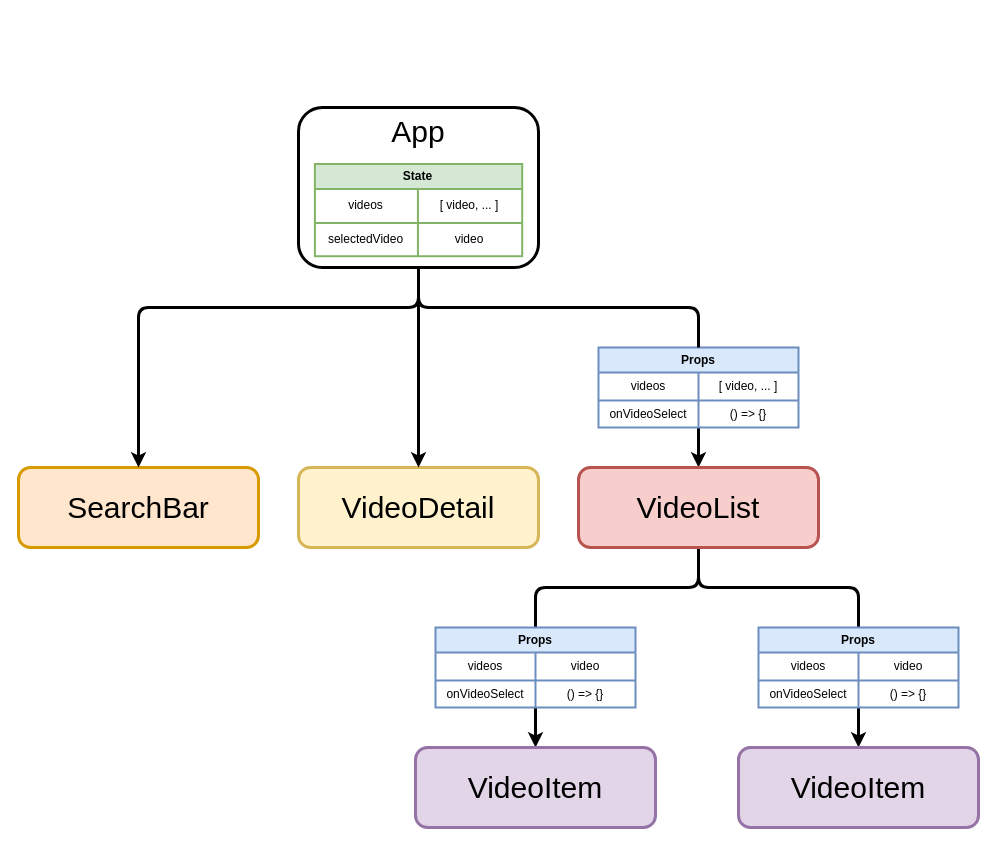
Above: page "Props&State" (4 of 4) of Projects/Videos.drawio in jeesewu/Diagrams-Storage (draw.io), before the change. Source tidied: cells renumbered, new cells numbered last; positions are measured from the earlier drawing's top-left corner, leaving out a move shared by most shapes. Both pictures are drawn from the tidied source at 100%, with x=0, y=0 at pixel (18, 107).
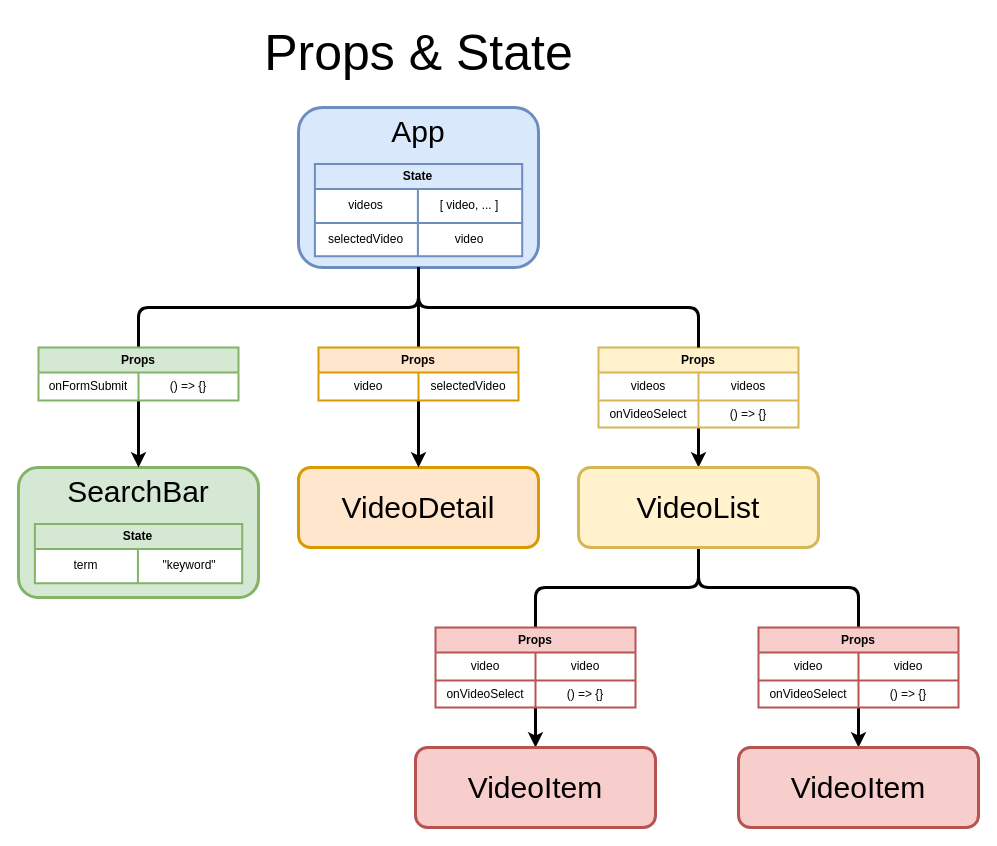
Above is the later version.

The change refers to these unchanged cells:
```xml
<mxCell id="2" style="group;strokeWidth=3;" parent="1" vertex="1">
  <mxGeometry x="280" width="240" height="160" as="geometry" />
</mxCell>
<mxCell id="14" style="shape=partialRectangle;html=1;whiteSpace=wrap;fillColor=none;top=0;left=0;bottom=0;right=0;rounded=1;" parent="13" vertex="1">
  <mxGeometry y="25" width="200" height="28" as="geometry" />
</mxCell>
<mxCell id="29" style="shape=partialRectangle;html=1;whiteSpace=wrap;fillColor=none;top=0;left=0;bottom=0;right=0;rounded=1;" parent="28" vertex="1">
  <mxGeometry y="25" width="200" height="28" as="geometry" />
</mxCell>
<mxCell id="38" style="shape=partialRectangle;html=1;whiteSpace=wrap;fillColor=none;top=0;left=0;bottom=0;right=0;rounded=1;" parent="37" vertex="1">
  <mxGeometry y="25" width="200" height="28" as="geometry" />
</mxCell>
```

Diff of the diagram source:
```diff
@@
-    <mxCell id="3" value="&lt;font style=&quot;font-size: 30px&quot;&gt;App&lt;/font&gt;" style="rounded=1;whiteSpace=wrap;html=1;verticalAlign=top;strokeWidth=3;" parent="2" vertex="1">
+    <mxCell id="3" value="&lt;font style=&quot;font-size: 30px&quot;&gt;App&lt;/font&gt;" style="rounded=1;whiteSpace=wrap;html=1;verticalAlign=top;strokeWidth=3;fillColor=#dae8fc;strokeColor=#6c8ebf;" parent="2" vertex="1">
       <mxGeometry width="240" height="160" as="geometry" />
     </mxCell>
-    <mxCell id="4" value="State" style="shape=table;html=1;whiteSpace=wrap;startSize=25;childLayout=tableLayout;fontStyle=1;align=center;fillColor=#d5e8d4;strokeColor=#82b366;rounded=0;swimlaneFillColor=#ffffff;rowLines=1;strokeWidth=2;" parent="2" vertex="1">
+    <mxCell id="4" value="State" style="shape=table;html=1;whiteSpace=wrap;startSize=25;childLayout=tableLayout;fontStyle=1;align=center;fillColor=#dae8fc;strokeColor=#6c8ebf;rounded=0;swimlaneFillColor=#ffffff;rowLines=1;strokeWidth=2;" parent="2" vertex="1">
       <mxGeometry x="16.4" y="56.4" width="207.3" height="92.4" as="geometry" />
     </mxCell>
@@
-    <mxCell id="11" value="&lt;font style=&quot;font-size: 30px&quot;&gt;SearchBar&lt;/font&gt;" style="rounded=1;whiteSpace=wrap;html=1;verticalAlign=middle;fillColor=#ffe6cc;strokeColor=#d79b00;strokeWidth=3;" parent="1" vertex="1">
-      <mxGeometry y="360" width="240" height="80" as="geometry" />
-    </mxCell>
@@
-    <mxCell id="13" value="Props" style="shape=table;html=1;whiteSpace=wrap;startSize=25;childLayout=tableLayout;fontStyle=1;align=center;fillColor=#dae8fc;strokeColor=#6c8ebf;rounded=0;swimlaneFillColor=#ffffff;rowLines=1;strokeWidth=2;" parent="1" vertex="1">
+    <mxCell id="13" value="Props" style="shape=table;html=1;whiteSpace=wrap;startSize=25;childLayout=tableLayout;fontStyle=1;align=center;fillColor=#fff2cc;strokeColor=#d6b656;rounded=0;swimlaneFillColor=#ffffff;rowLines=1;strokeWidth=2;" parent="1" vertex="1">
       <mxGeometry x="580" y="240" width="200" height="80" as="geometry" />
     </mxCell>
@@
-    <mxCell id="16" value="[ video, ... ]" style="shape=partialRectangle;html=1;whiteSpace=wrap;fillColor=none;top=0;left=0;bottom=0;right=0;overflow=hidden;rounded=1;" parent="14" vertex="1">
+    <mxCell id="16" value="videos" style="shape=partialRectangle;html=1;whiteSpace=wrap;top=0;left=0;bottom=0;right=0;overflow=hidden;rounded=1;strokeColor=none;fillColor=none;" parent="14" vertex="1">
       <mxGeometry x="100" width="100" height="28" as="geometry" />
     </mxCell>
@@
-    <mxCell id="20" value="&lt;font style=&quot;font-size: 30px&quot;&gt;VideoDetail&lt;/font&gt;" style="rounded=1;whiteSpace=wrap;html=1;verticalAlign=middle;fillColor=#fff2cc;strokeColor=#d6b656;strokeWidth=3;" parent="1" vertex="1">
+    <mxCell id="20" value="&lt;font style=&quot;font-size: 30px&quot;&gt;VideoDetail&lt;/font&gt;" style="rounded=1;whiteSpace=wrap;html=1;verticalAlign=middle;fillColor=#ffe6cc;strokeColor=#d79b00;strokeWidth=3;" parent="1" vertex="1">
       <mxGeometry x="280" y="360" width="240" height="80" as="geometry" />
     </mxCell>
@@
-    <mxCell id="23" value="&lt;span style=&quot;font-size: 30px&quot;&gt;VideoList&lt;/span&gt;" style="rounded=1;whiteSpace=wrap;html=1;verticalAlign=middle;fillColor=#f8cecc;strokeColor=#b85450;strokeWidth=3;" parent="1" vertex="1">
+    <mxCell id="23" value="&lt;span style=&quot;font-size: 30px&quot;&gt;VideoList&lt;/span&gt;" style="rounded=1;whiteSpace=wrap;html=1;verticalAlign=middle;fillColor=#fff2cc;strokeColor=#d6b656;strokeWidth=3;" parent="1" vertex="1">
       <mxGeometry x="560" y="360" width="240" height="80" as="geometry" />
     </mxCell>
@@
-    <mxCell id="25" style="edgeStyle=orthogonalEdgeStyle;rounded=1;jettySize=auto;html=1;entryX=0.5;entryY=0;entryDx=0;entryDy=0;startArrow=none;startFill=0;endArrow=classic;endFill=1;strokeWidth=3;" parent="1" edge="1" source="3" target="11">
+    <mxCell id="25" style="edgeStyle=orthogonalEdgeStyle;rounded=1;jettySize=auto;html=1;entryX=0.5;entryY=0;entryDx=0;entryDy=0;startArrow=none;startFill=0;endArrow=none;endFill=0;strokeWidth=3;" parent="1" edge="1" source="3" target="51">
       <mxGeometry relative="1" as="geometry">
         <Array as="points">
           <mxPoint x="400" y="200" />
           <mxPoint x="120" y="200" />
         </Array>
       </mxGeometry>
     </mxCell>
@@
-    <mxCell id="28" value="Props" style="shape=table;html=1;whiteSpace=wrap;startSize=25;childLayout=tableLayout;fontStyle=1;align=center;fillColor=#dae8fc;strokeColor=#6c8ebf;rounded=0;swimlaneFillColor=#ffffff;rowLines=1;strokeWidth=2;" parent="1" vertex="1">
+    <mxCell id="28" value="Props" style="shape=table;html=1;whiteSpace=wrap;startSize=25;childLayout=tableLayout;fontStyle=1;align=center;fillColor=#f8cecc;strokeColor=#b85450;rounded=0;swimlaneFillColor=#ffffff;rowLines=1;strokeWidth=2;" parent="1" vertex="1">
       <mxGeometry x="740" y="520" width="200" height="80" as="geometry" />
     </mxCell>
@@
-    <mxCell id="30" value="videos" style="shape=partialRectangle;html=1;whiteSpace=wrap;fillColor=none;top=0;left=0;bottom=0;right=0;overflow=hidden;rounded=1;" parent="29" vertex="1">
+    <mxCell id="30" value="video" style="shape=partialRectangle;html=1;whiteSpace=wrap;fillColor=none;top=0;left=0;bottom=0;right=0;overflow=hidden;rounded=1;" parent="29" vertex="1">
       <mxGeometry width="100" height="28" as="geometry" />
     </mxCell>
@@
-    <mxCell id="35" value="&lt;span style=&quot;font-size: 30px&quot;&gt;VideoItem&lt;/span&gt;" style="rounded=1;whiteSpace=wrap;html=1;verticalAlign=middle;fillColor=#e1d5e7;strokeColor=#9673a6;strokeWidth=3;" parent="1" vertex="1">
+    <mxCell id="35" value="&lt;span style=&quot;font-size: 30px&quot;&gt;VideoItem&lt;/span&gt;" style="rounded=1;whiteSpace=wrap;html=1;verticalAlign=middle;fillColor=#f8cecc;strokeColor=#b85450;strokeWidth=3;" parent="1" vertex="1">
       <mxGeometry x="720" y="640" width="240" height="80" as="geometry" />
     </mxCell>
@@
-    <mxCell id="37" value="Props" style="shape=table;html=1;whiteSpace=wrap;startSize=25;childLayout=tableLayout;fontStyle=1;align=center;fillColor=#dae8fc;strokeColor=#6c8ebf;rounded=0;swimlaneFillColor=#ffffff;rowLines=1;strokeWidth=2;" parent="1" vertex="1">
+    <mxCell id="37" value="Props" style="shape=table;html=1;whiteSpace=wrap;startSize=25;childLayout=tableLayout;fontStyle=1;align=center;fillColor=#f8cecc;strokeColor=#b85450;rounded=0;swimlaneFillColor=#ffffff;rowLines=1;strokeWidth=2;" parent="1" vertex="1">
       <mxGeometry x="417" y="520" width="200" height="80" as="geometry" />
     </mxCell>
@@
-    <mxCell id="39" value="videos" style="shape=partialRectangle;html=1;whiteSpace=wrap;fillColor=none;top=0;left=0;bottom=0;right=0;overflow=hidden;rounded=1;" parent="38" vertex="1">
+    <mxCell id="39" value="video" style="shape=partialRectangle;html=1;whiteSpace=wrap;fillColor=none;top=0;left=0;bottom=0;right=0;overflow=hidden;rounded=1;" parent="38" vertex="1">
       <mxGeometry width="100" height="28" as="geometry" />
     </mxCell>
@@
-    <mxCell id="44" value="&lt;span style=&quot;font-size: 30px&quot;&gt;VideoItem&lt;/span&gt;" style="rounded=1;whiteSpace=wrap;html=1;verticalAlign=middle;fillColor=#e1d5e7;strokeColor=#9673a6;strokeWidth=3;" parent="1" vertex="1">
+    <mxCell id="44" value="&lt;span style=&quot;font-size: 30px&quot;&gt;VideoItem&lt;/span&gt;" style="rounded=1;whiteSpace=wrap;html=1;verticalAlign=middle;fillColor=#f8cecc;strokeColor=#b85450;strokeWidth=3;" parent="1" vertex="1">
       <mxGeometry x="397" y="640" width="240" height="80" as="geometry" />
     </mxCell>
+    <mxCell id="45" style="group;strokeWidth=3;" parent="1" vertex="1">
+      <mxGeometry y="360" width="240" height="160" as="geometry" />
+    </mxCell>
+    <mxCell id="11" value="&lt;font style=&quot;font-size: 30px&quot;&gt;SearchBar&lt;/font&gt;" style="rounded=1;whiteSpace=wrap;html=1;verticalAlign=top;strokeWidth=3;fillColor=#d5e8d4;strokeColor=#82b366;" parent="45" vertex="1">
+      <mxGeometry width="240" height="130" as="geometry" />
+    </mxCell>
+    <mxCell id="46" value="State" style="shape=table;html=1;whiteSpace=wrap;startSize=25;childLayout=tableLayout;fontStyle=1;align=center;fillColor=#d5e8d4;strokeColor=#82b366;rounded=0;swimlaneFillColor=#ffffff;rowLines=1;strokeWidth=2;" parent="45" vertex="1">
+      <mxGeometry x="16.4" y="56.4" width="207.3" height="59.4" as="geometry" />
+    </mxCell>
+    <mxCell id="47" style="shape=partialRectangle;html=1;whiteSpace=wrap;fillColor=none;top=0;left=0;bottom=0;right=0;rounded=1;" parent="46" vertex="1">
+      <mxGeometry y="25" width="207.3" height="34" as="geometry" />
+    </mxCell>
+    <mxCell id="48" value="term" style="shape=partialRectangle;html=1;whiteSpace=wrap;fillColor=none;top=0;left=0;bottom=0;right=0;overflow=hidden;rounded=1;" parent="47" vertex="1">
+      <mxGeometry width="103" height="34" as="geometry" />
+    </mxCell>
+    <mxCell id="49" value="&quot;keyword&quot;" style="shape=partialRectangle;html=1;whiteSpace=wrap;fillColor=none;top=0;left=0;bottom=0;right=0;overflow=hidden;rounded=1;" parent="47" vertex="1">
+      <mxGeometry x="103" width="104" height="34" as="geometry" />
+    </mxCell>
+    <mxCell id="50" style="edgeStyle=orthogonalEdgeStyle;rounded=0;jettySize=auto;html=1;entryX=0.5;entryY=0;entryDx=0;entryDy=0;fontSize=50;fontColor=#404040;strokeWidth=3;" parent="1" edge="1" source="51" target="11">
+      <mxGeometry relative="1" as="geometry" />
+    </mxCell>
+    <mxCell id="51" value="Props" style="shape=table;html=1;whiteSpace=wrap;startSize=25;childLayout=tableLayout;fontStyle=1;align=center;fillColor=#d5e8d4;strokeColor=#82b366;rounded=0;swimlaneFillColor=#ffffff;rowLines=1;strokeWidth=2;" parent="1" vertex="1">
+      <mxGeometry x="20" y="240" width="200" height="53" as="geometry" />
+    </mxCell>
+    <mxCell id="52" style="shape=partialRectangle;html=1;whiteSpace=wrap;fillColor=none;top=0;left=0;bottom=0;right=0;rounded=1;" parent="51" vertex="1">
+      <mxGeometry y="25" width="200" height="28" as="geometry" />
+    </mxCell>
+    <mxCell id="53" value="onFormSubmit" style="shape=partialRectangle;html=1;whiteSpace=wrap;fillColor=none;top=0;left=0;bottom=0;right=0;overflow=hidden;rounded=1;" parent="52" vertex="1">
+      <mxGeometry width="100" height="28" as="geometry" />
+    </mxCell>
+    <mxCell id="54" value="() =&amp;gt; {}" style="shape=partialRectangle;html=1;whiteSpace=wrap;fillColor=none;top=0;left=0;bottom=0;right=0;overflow=hidden;rounded=1;" parent="52" vertex="1">
+      <mxGeometry x="100" width="100" height="28" as="geometry" />
+    </mxCell>
+    <mxCell id="55" value="Props" style="shape=table;html=1;whiteSpace=wrap;startSize=25;childLayout=tableLayout;fontStyle=1;align=center;fillColor=#ffe6cc;strokeColor=#d79b00;rounded=0;swimlaneFillColor=#ffffff;rowLines=1;strokeWidth=2;" parent="1" vertex="1">
+      <mxGeometry x="300" y="240" width="200" height="53" as="geometry" />
+    </mxCell>
+    <mxCell id="56" style="shape=partialRectangle;html=1;whiteSpace=wrap;fillColor=none;top=0;left=0;bottom=0;right=0;rounded=1;" parent="55" vertex="1">
+      <mxGeometry y="25" width="200" height="28" as="geometry" />
+    </mxCell>
+    <mxCell id="57" value="video" style="shape=partialRectangle;html=1;whiteSpace=wrap;fillColor=none;top=0;left=0;bottom=0;right=0;overflow=hidden;rounded=1;" parent="56" vertex="1">
+      <mxGeometry width="100" height="28" as="geometry" />
+    </mxCell>
+    <mxCell id="58" value="selectedVideo" style="shape=partialRectangle;html=1;whiteSpace=wrap;fillColor=none;top=0;left=0;bottom=0;right=0;overflow=hidden;rounded=1;" parent="56" vertex="1">
+      <mxGeometry x="100" width="100" height="28" as="geometry" />
+    </mxCell>
+    <mxCell id="59" value="&lt;font style=&quot;font-size: 50px;&quot;&gt;&lt;font style=&quot;font-size: 50px&quot;&gt;Props &amp;amp; State&lt;/font&gt;&lt;br style=&quot;font-size: 50px;&quot;&gt;&lt;/font&gt;" style="text;html=1;align=center;verticalAlign=middle;strokeColor=none;fontSize=50;" parent="1" vertex="1">
+      <mxGeometry x="240" y="-90" width="320" height="70" as="geometry" />
+    </mxCell>
```
